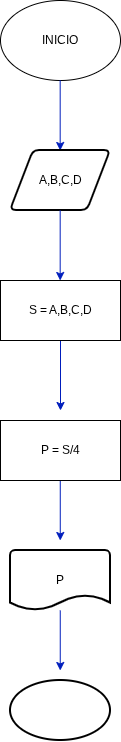
Above: Ejercicio_2_Lucas.png in lucri1384/Pensamiento-computacional (draw.io), before the change. Source tidied: cells renumbered, new cells last; positions are measured from the earlier drawing's top-left corner, leaving out a move shared by most shapes.
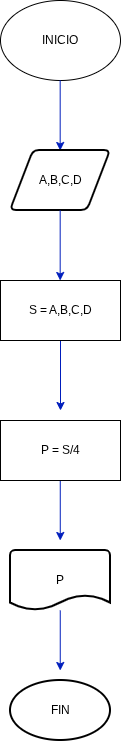
The same file after the commit.

Change to the diagram source:
```diff
@@ -54,7 +54,7 @@
         </Array>
       </mxGeometry>
     </mxCell>
-    <mxCell id="12" style="strokeWidth=2;html=1;shape=mxgraph.flowchart.start_1;whiteSpace=wrap;" parent="1" vertex="1">
+    <mxCell id="12" value="FIN" style="strokeWidth=2;html=1;shape=mxgraph.flowchart.start_1;whiteSpace=wrap;" parent="1" vertex="1">
       <mxGeometry x="10" y="680" width="100" height="60" as="geometry" />
     </mxCell>
   </root>
```
